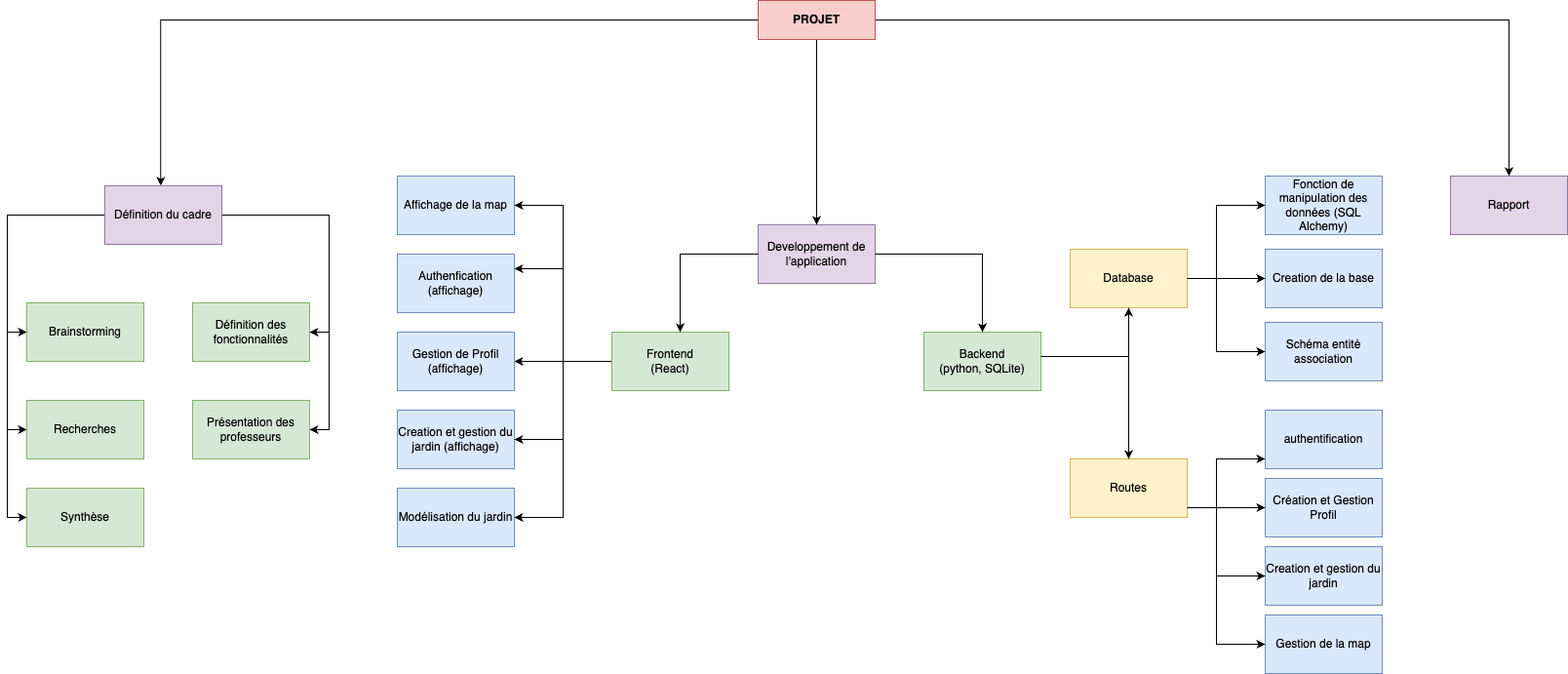
The draw.io diagram doc/livrable/img/WBS.png in kour0/GPSElectricCar, before a commit. Source tidied: cells renumbered, new cells last; positions are measured from the earlier drawing's top-left corner, leaving out a move shared by most shapes.
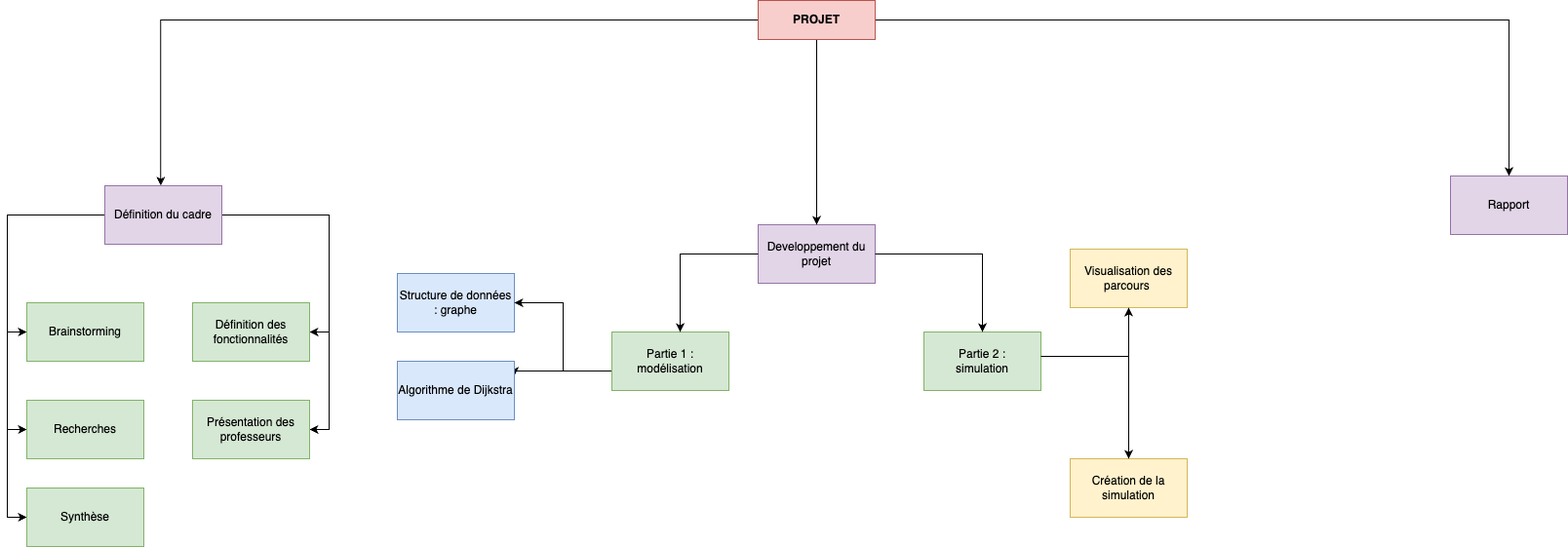
The same diagram one commit later.

The edit, as a diff of the source:
```diff
@@ -2,130 +2,34 @@
   <root>
     <mxCell id="0" />
     <mxCell id="1" parent="0" />
-    <mxCell id="2" value="Developpement de l'application" style="rounded=0;whiteSpace=wrap;html=1;fillColor=#e1d5e7;strokeColor=#9673a6;" parent="1" vertex="1">
+    <mxCell id="2" value="Developpement du projet" style="rounded=0;whiteSpace=wrap;html=1;fillColor=#e1d5e7;strokeColor=#9673a6;" parent="1" vertex="1">
       <mxGeometry x="750" y="230" width="120" height="60" as="geometry" />
     </mxCell>
-    <mxCell id="3" value="Backend &lt;br&gt;(python, SQLite)" style="rounded=0;whiteSpace=wrap;html=1;fillColor=#d5e8d4;strokeColor=#82b366;" parent="1" vertex="1">
+    <mxCell id="3" value="Partie 2 :&lt;br&gt;&amp;nbsp;simulation&amp;nbsp;" style="rounded=0;whiteSpace=wrap;html=1;fillColor=#d5e8d4;strokeColor=#82b366;" parent="1" vertex="1">
       <mxGeometry x="920" y="340" width="120" height="60" as="geometry" />
     </mxCell>
-    <mxCell id="4" value="Routes" style="rounded=0;whiteSpace=wrap;html=1;fillColor=#fff2cc;strokeColor=#d6b656;" parent="1" vertex="1">
+    <mxCell id="4" value="Création de la simulation" style="rounded=0;whiteSpace=wrap;html=1;fillColor=#fff2cc;strokeColor=#d6b656;" parent="1" vertex="1">
       <mxGeometry x="1070" y="470" width="120" height="60" as="geometry" />
     </mxCell>
-    <mxCell id="5" style="edgeStyle=orthogonalEdgeStyle;rounded=0;jettySize=auto;html=1;exitX=0;exitY=0.5;exitDx=0;exitDy=0;entryX=1;entryY=0.5;entryDx=0;entryDy=0;" parent="1" edge="1" source="8" target="13">
-      <mxGeometry relative="1" as="geometry">
-        <Array as="points">
-          <mxPoint x="570" y="370" />
-          <mxPoint x="570" y="370" />
-        </Array>
-      </mxGeometry>
-    </mxCell>
-    <mxCell id="6" style="edgeStyle=orthogonalEdgeStyle;rounded=0;jettySize=auto;html=1;" parent="1" edge="1" source="8" target="13">
-      <mxGeometry relative="1" as="geometry" />
-    </mxCell>
     <mxCell id="7" style="edgeStyle=orthogonalEdgeStyle;rounded=0;jettySize=auto;html=1;entryX=1;entryY=0.25;entryDx=0;entryDy=0;" parent="1" edge="1" source="8" target="10">
       <mxGeometry relative="1" as="geometry">
         <Array as="points">
-          <mxPoint x="550" y="370" />
-          <mxPoint x="550" y="275" />
+          <mxPoint x="500" y="380" />
         </Array>
       </mxGeometry>
     </mxCell>
-    <mxCell id="8" value="Frontend&lt;br&gt;(React)" style="rounded=0;whiteSpace=wrap;html=1;fillColor=#d5e8d4;strokeColor=#82b366;" parent="1" vertex="1">
+    <mxCell id="8" value="Partie 1 : modélisation" style="rounded=0;whiteSpace=wrap;html=1;fillColor=#d5e8d4;strokeColor=#82b366;" parent="1" vertex="1">
       <mxGeometry x="600" y="340" width="120" height="60" as="geometry" />
     </mxCell>
-    <mxCell id="9" value="Creation et gestion du jardin" style="rounded=0;whiteSpace=wrap;html=1;fillColor=#dae8fc;strokeColor=#6c8ebf;" parent="1" vertex="1">
-      <mxGeometry x="1270" y="560" width="120" height="60" as="geometry" />
-    </mxCell>
-    <mxCell id="10" value="Authenfication (affichage)" style="rounded=0;whiteSpace=wrap;html=1;fillColor=#dae8fc;strokeColor=#6c8ebf;" parent="1" vertex="1">
-      <mxGeometry x="380" y="260" width="120" height="60" as="geometry" />
+    <mxCell id="10" value="Algorithme de Dijkstra" style="rounded=0;whiteSpace=wrap;html=1;fillColor=#dae8fc;strokeColor=#6c8ebf;" parent="1" vertex="1">
+      <mxGeometry x="380" y="370" width="120" height="60" as="geometry" />
     </mxCell>
-    <mxCell id="11" value="Gestion de la map" style="rounded=0;whiteSpace=wrap;html=1;fillColor=#dae8fc;strokeColor=#6c8ebf;" parent="1" vertex="1">
-      <mxGeometry x="1270" y="630" width="120" height="60" as="geometry" />
-    </mxCell>
-    <mxCell id="12" value="Schéma entité association" style="rounded=0;whiteSpace=wrap;html=1;fillColor=#dae8fc;strokeColor=#6c8ebf;" parent="1" vertex="1">
-      <mxGeometry x="1270" y="330" width="120" height="60" as="geometry" />
-    </mxCell>
-    <mxCell id="13" value="Gestion de Profil (affichage)" style="rounded=0;whiteSpace=wrap;html=1;fillColor=#dae8fc;strokeColor=#6c8ebf;" parent="1" vertex="1">
-      <mxGeometry x="380" y="340" width="120" height="60" as="geometry" />
-    </mxCell>
-    <mxCell id="14" value="Affichage de la map" style="rounded=0;whiteSpace=wrap;html=1;fillColor=#dae8fc;strokeColor=#6c8ebf;" parent="1" vertex="1">
-      <mxGeometry x="380" y="180" width="120" height="60" as="geometry" />
+    <mxCell id="14" value="Structure de données : graphe" style="rounded=0;whiteSpace=wrap;html=1;fillColor=#dae8fc;strokeColor=#6c8ebf;" parent="1" vertex="1">
+      <mxGeometry x="380" y="280" width="120" height="60" as="geometry" />
     </mxCell>
-    <mxCell id="15" value="Database" style="rounded=0;whiteSpace=wrap;html=1;fillColor=#fff2cc;strokeColor=#d6b656;" parent="1" vertex="1">
+    <mxCell id="15" value="Visualisation des parcours&amp;nbsp;" style="rounded=0;whiteSpace=wrap;html=1;fillColor=#fff2cc;strokeColor=#d6b656;" parent="1" vertex="1">
       <mxGeometry x="1070" y="255" width="120" height="60" as="geometry" />
     </mxCell>
-    <mxCell id="16" value="Fonction de manipulation des données (SQL Alchemy)" style="rounded=0;whiteSpace=wrap;html=1;fillColor=#dae8fc;strokeColor=#6c8ebf;" parent="1" vertex="1">
-      <mxGeometry x="1270" y="180" width="120" height="60" as="geometry" />
-    </mxCell>
-    <mxCell id="17" value="Création et Gestion Profil" style="rounded=0;whiteSpace=wrap;html=1;fillColor=#dae8fc;strokeColor=#6c8ebf;" parent="1" vertex="1">
-      <mxGeometry x="1270" y="490" width="120" height="60" as="geometry" />
-    </mxCell>
-    <mxCell id="18" value="Creation de la base" style="rounded=0;whiteSpace=wrap;html=1;fillColor=#dae8fc;strokeColor=#6c8ebf;" parent="1" vertex="1">
-      <mxGeometry x="1270" y="255" width="120" height="60" as="geometry" />
-    </mxCell>
-    <mxCell id="19" value="Creation et gestion du jardin (affichage)" style="rounded=0;whiteSpace=wrap;html=1;fillColor=#dae8fc;strokeColor=#6c8ebf;" parent="1" vertex="1">
-      <mxGeometry x="380" y="420" width="120" height="60" as="geometry" />
-    </mxCell>
-    <mxCell id="20" value="authentification" style="rounded=0;whiteSpace=wrap;html=1;fillColor=#dae8fc;strokeColor=#6c8ebf;" parent="1" vertex="1">
-      <mxGeometry x="1270" y="420" width="120" height="60" as="geometry" />
-    </mxCell>
-    <mxCell id="21" style="endArrow=classic;html=1;rounded=0;entryX=1;entryY=0.5;entryDx=0;entryDy=0;" parent="1" edge="1" target="19">
-      <mxGeometry relative="1" as="geometry">
-        <mxPoint x="550" y="370" as="sourcePoint" />
-        <Array as="points">
-          <mxPoint x="550" y="450" />
-        </Array>
-      </mxGeometry>
-    </mxCell>
-    <mxCell id="22" style="endArrow=classic;html=1;rounded=0;entryX=0;entryY=0.5;entryDx=0;entryDy=0;" parent="1" edge="1" target="12">
-      <mxGeometry relative="1" as="geometry">
-        <mxPoint x="1220" y="285" as="sourcePoint" />
-        <Array as="points">
-          <mxPoint x="1220" y="360" />
-        </Array>
-      </mxGeometry>
-    </mxCell>
-    <mxCell id="23" style="endArrow=classic;html=1;rounded=0;entryX=0;entryY=0.5;entryDx=0;entryDy=0;" parent="1" edge="1" target="16">
-      <mxGeometry relative="1" as="geometry">
-        <mxPoint x="1220" y="285" as="sourcePoint" />
-        <Array as="points">
-          <mxPoint x="1220" y="210" />
-        </Array>
-      </mxGeometry>
-    </mxCell>
-    <mxCell id="24" style="endArrow=classic;html=1;rounded=0;entryX=0;entryY=0.5;entryDx=0;entryDy=0;exitX=1;exitY=0.5;exitDx=0;exitDy=0;" parent="1" edge="1" source="15" target="18">
-      <mxGeometry relative="1" as="geometry" />
-    </mxCell>
-    <mxCell id="25" style="endArrow=classic;html=1;rounded=0;entryX=0;entryY=0.5;entryDx=0;entryDy=0;" parent="1" edge="1" target="11">
-      <mxGeometry relative="1" as="geometry">
-        <mxPoint x="1220" y="590" as="sourcePoint" />
-        <Array as="points">
-          <mxPoint x="1220" y="660" />
-        </Array>
-      </mxGeometry>
-    </mxCell>
-    <mxCell id="26" style="endArrow=classic;html=1;rounded=0;entryX=0;entryY=0.5;entryDx=0;entryDy=0;" parent="1" edge="1" target="9">
-      <mxGeometry relative="1" as="geometry">
-        <mxPoint x="1220" y="520" as="sourcePoint" />
-        <Array as="points">
-          <mxPoint x="1220" y="590" />
-        </Array>
-      </mxGeometry>
-    </mxCell>
-    <mxCell id="27" style="endArrow=classic;html=1;rounded=0;" parent="1" edge="1">
-      <mxGeometry relative="1" as="geometry">
-        <mxPoint x="1220" y="520" as="sourcePoint" />
-        <mxPoint x="1270" y="470" as="targetPoint" />
-        <Array as="points">
-          <mxPoint x="1220" y="470" />
-        </Array>
-      </mxGeometry>
-    </mxCell>
-    <mxCell id="28" style="endArrow=classic;html=1;rounded=0;entryX=0;entryY=0.5;entryDx=0;entryDy=0;" parent="1" edge="1" target="17">
-      <mxGeometry relative="1" as="geometry">
-        <mxPoint x="1190" y="520" as="sourcePoint" />
-      </mxGeometry>
-    </mxCell>
     <mxCell id="29" style="endArrow=classic;html=1;rounded=0;entryX=0.5;entryY=0;entryDx=0;entryDy=0;" parent="1" edge="1" target="4">
       <mxGeometry relative="1" as="geometry">
         <mxPoint x="1130" y="365" as="sourcePoint" />
@@ -141,9 +45,9 @@
     </mxCell>
     <mxCell id="31" style="endArrow=classic;html=1;rounded=0;entryX=1;entryY=0.5;entryDx=0;entryDy=0;" parent="1" edge="1" target="14">
       <mxGeometry relative="1" as="geometry">
-        <mxPoint x="550" y="370" as="sourcePoint" />
+        <mxPoint x="550" y="380" as="sourcePoint" />
         <Array as="points">
-          <mxPoint x="550" y="210" />
+          <mxPoint x="550" y="310" />
         </Array>
       </mxGeometry>
     </mxCell>
@@ -215,16 +119,5 @@
     <mxCell id="50" value="Rapport" style="rounded=0;whiteSpace=wrap;html=1;fillColor=#e1d5e7;strokeColor=#9673a6;" parent="1" vertex="1">
       <mxGeometry x="1460" y="180" width="120" height="60" as="geometry" />
     </mxCell>
-    <mxCell id="51" value="Modélisation du jardin" style="rounded=0;whiteSpace=wrap;html=1;fillColor=#dae8fc;strokeColor=#6c8ebf;" parent="1" vertex="1">
-      <mxGeometry x="380" y="500" width="120" height="60" as="geometry" />
-    </mxCell>
-    <mxCell id="52" style="endArrow=classic;html=1;rounded=0;entryX=1;entryY=0.5;entryDx=0;entryDy=0;" parent="1" edge="1" target="51">
-      <mxGeometry relative="1" as="geometry">
-        <mxPoint x="550" y="370" as="sourcePoint" />
-        <Array as="points">
-          <mxPoint x="550" y="530" />
-        </Array>
-      </mxGeometry>
-    </mxCell>
   </root>
 </mxGraphModel>
```
